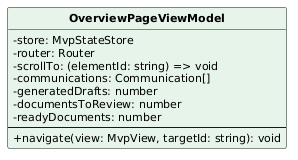
Above: PB/Specifica Tecnica/ImmaginiSpecificaTecnica/ClassiSingoleFrontend/OverviewPageViewModel.png in aLittleByte-19/Documentazione (PlantUML), before the change.
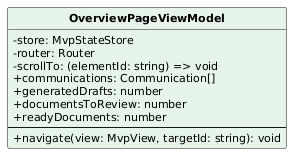
The same file after the commit.

The edit, as a diff of the source:
```diff
@@ -9,10 +9,10 @@
   -store: MvpStateStore
   -router: Router
   -scrollTo: (elementId: string) => void
-  -communications: Communication[]
-  -generatedDrafts: number
-  -documentsToReview: number
-  -readyDocuments: number
+  +communications: Communication[]
+  +generatedDrafts: number
+  +documentsToReview: number
+  +readyDocuments: number
   --
   +navigate(view: MvpView, targetId: string): void
 }
```
